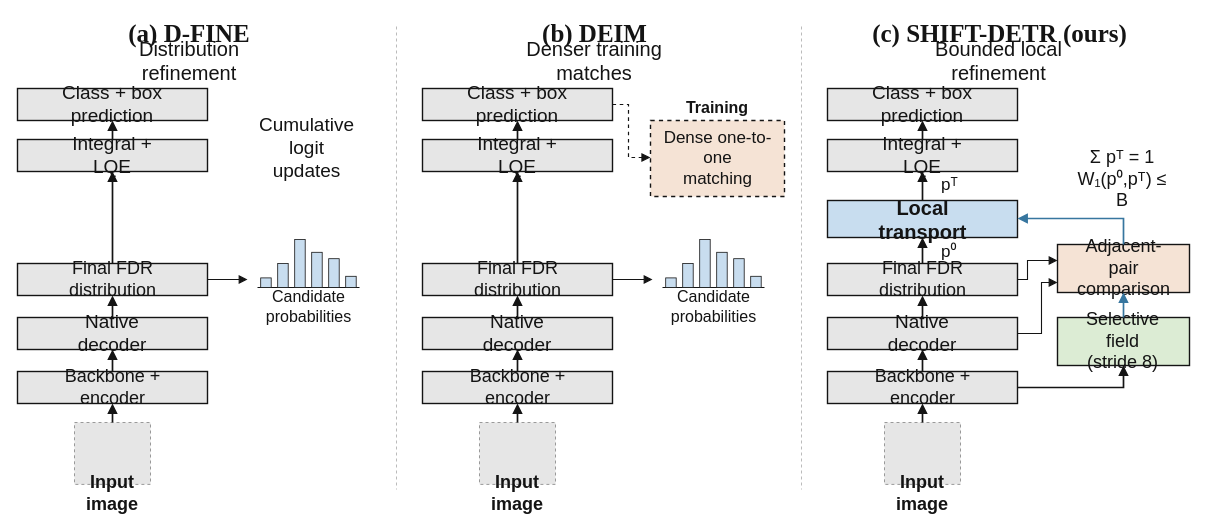
Above: assets/paper-figures/lpt-fig2-advancing.drawio in youn720lee/Boundary-State-DETR-site (draw.io), before the change. Source tidied: cells renumbered, new cells numbered last; positions are measured from the earlier drawing's top-left corner, leaving out a move shared by most shapes. Both pictures are drawn from the tidied source at 100%, with x=0, y=0 at pixel (17, 17). Pictures stored in the file or linked from it are replaced by grey dashed boxes.
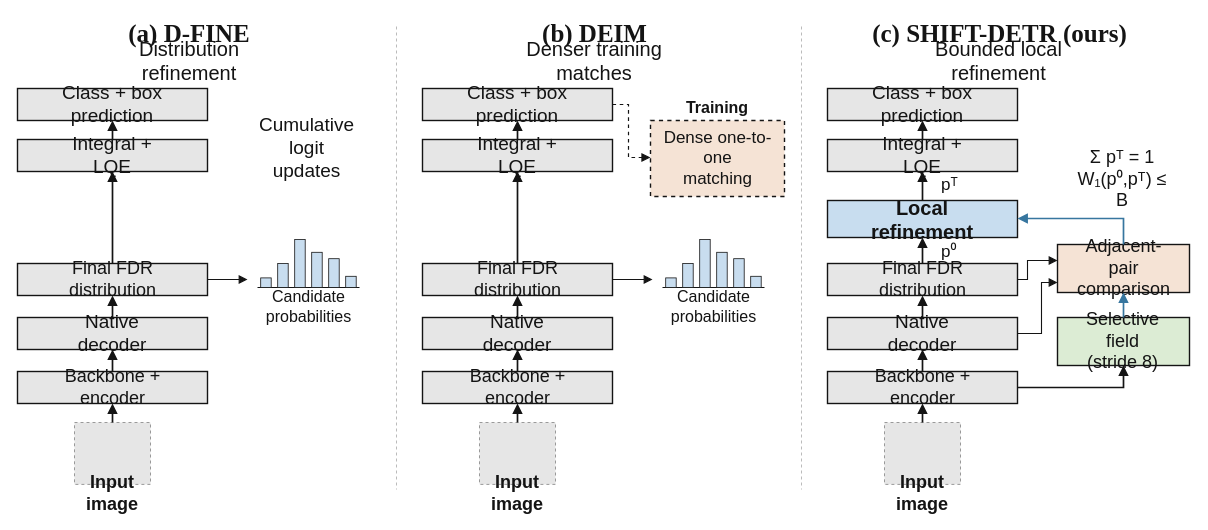
The same diagram, later.

The edit, as a diff of the source:
```diff
@@
-    <mxCell id="82" value="Local transport" style="text;html=0;align=center;verticalAlign=middle;whiteSpace=wrap;overflow=visible;fillColor=none;strokeColor=none;fontFamily=Calibri;fontSize=20;fontStyle=1;fontColor=#141414;" parent="1" vertex="1">
-      <mxGeometry x="838.5" y="188.2" width="133" height="26.6" as="geometry" />
+    <mxCell id="82" value="Local refinement" style="text;html=0;align=center;verticalAlign=middle;whiteSpace=wrap;overflow=visible;fillColor=none;strokeColor=none;fontFamily=Calibri;fontSize=20;fontStyle=1;fontColor=#141414;" parent="1" vertex="1">
+      <mxGeometry x="830.9" y="188.2" width="148.1" height="26.6" as="geometry" />
     </mxCell>
```
